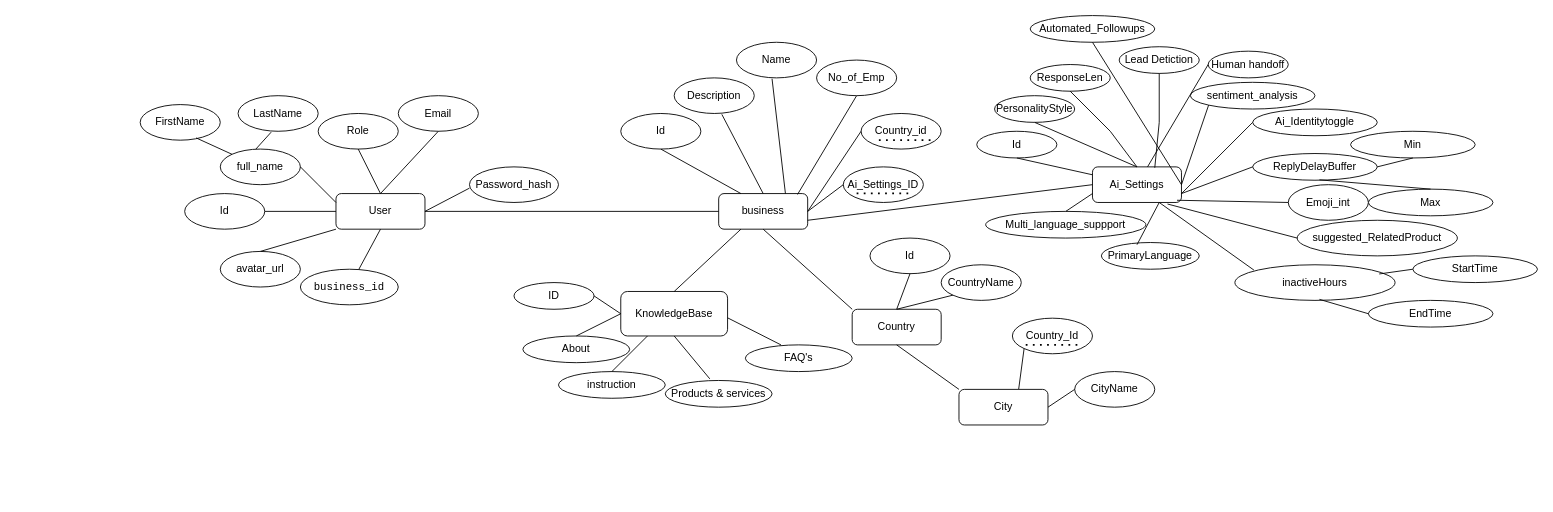
Above: ErdCam.drawio in kiro314159265359/Adevanced_C02 (draw.io), before the change. Source tidied: cells renumbered, new cells numbered last; positions are measured from the earlier drawing's top-left corner, leaving out a move shared by most shapes. Both pictures are drawn from the tidied source at 89%, with x=0, y=0 at pixel (140, 15).
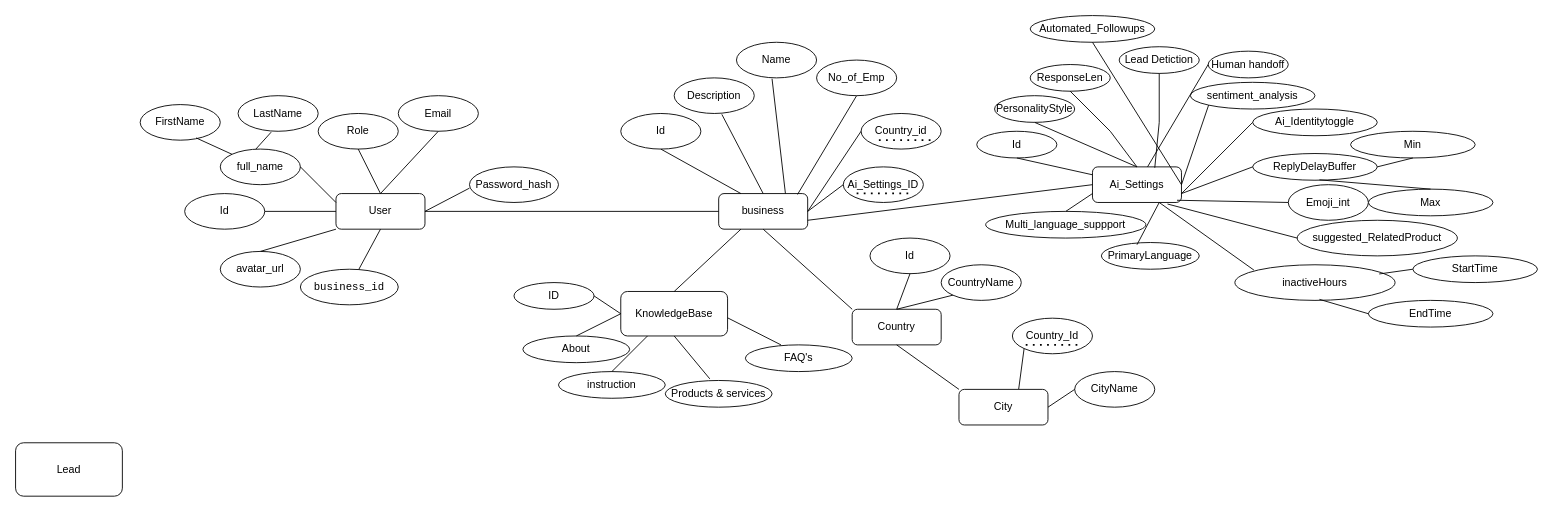
The same page after the edit.

Diff of the diagram source:
```diff
@@
+    <mxCell id="100" value="Lead" style="rounded=1;whiteSpace=wrap;html=1;" parent="1" vertex="1">
+      <mxGeometry x="-140" y="480" width="120" height="60" as="geometry" />
+    </mxCell>
```
